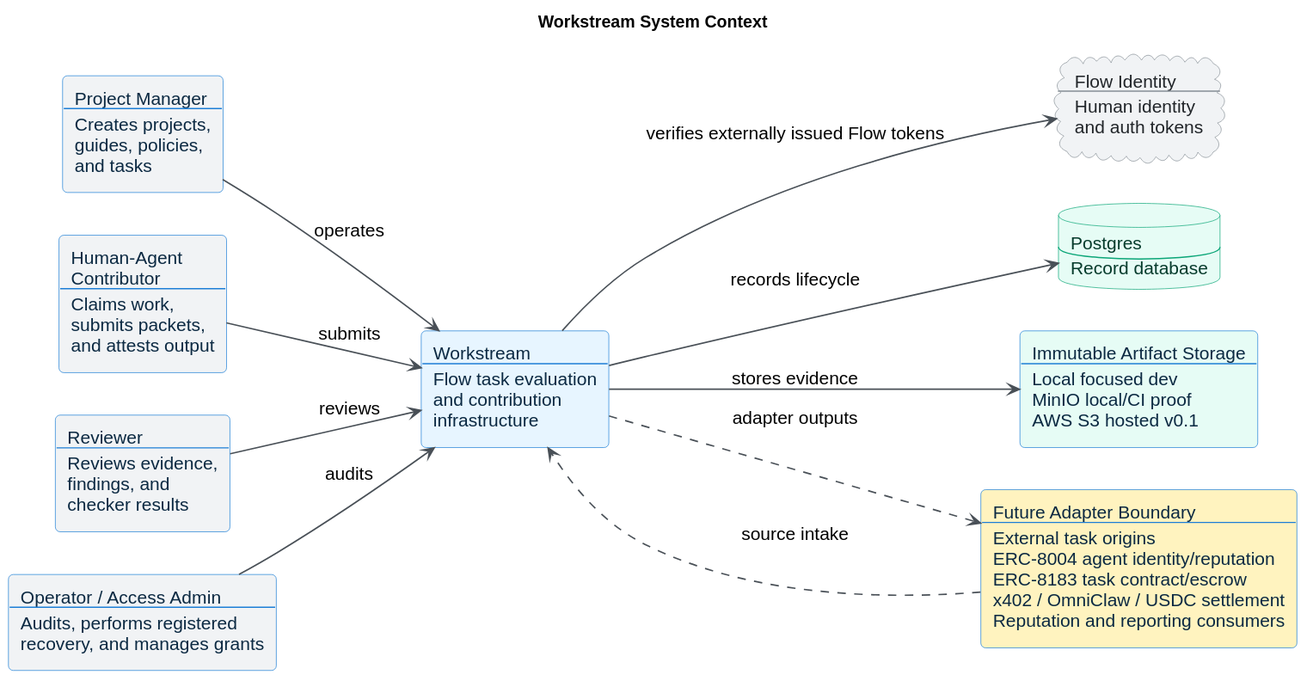
Earlier version of the PlantUML export docs/diagrams/rendered/workstream_context.svg (jorshimayor/workstream).
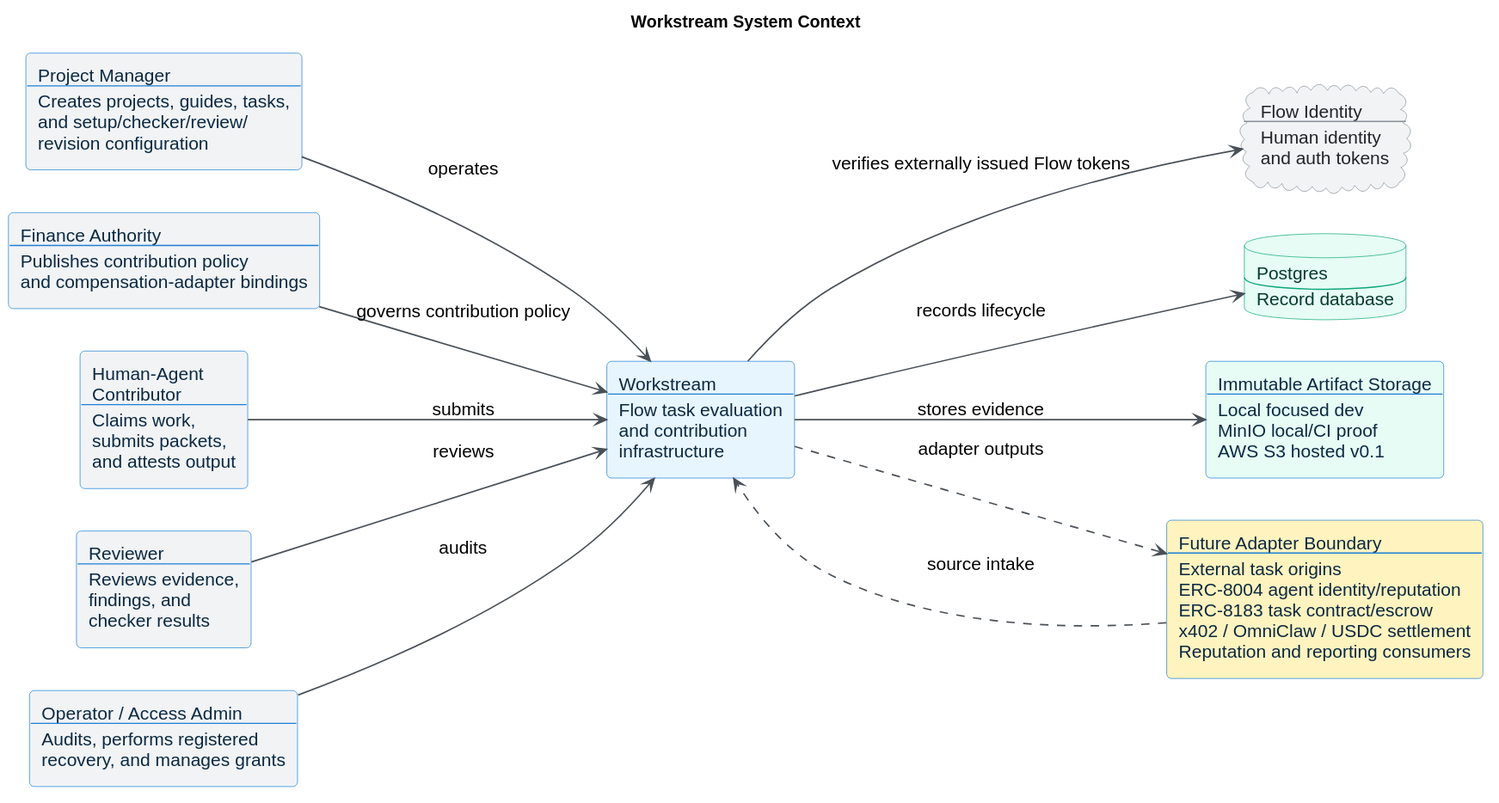
Later version of the same file.

Commit message:
Separate contribution policy authority

Diff of the diagram source:
```diff
@@ -27,7 +27,8 @@
   FontColor #212529
 }
 
-rectangle "Project Manager\n----\nCreates projects,\nguides, policies,\nand tasks" as project_manager #F1F3F5
+rectangle "Project Manager\n----\nCreates projects, guides, tasks,\nand setup/checker/review/\nrevision configuration" as project_manager #F1F3F5
+rectangle "Finance Authority\n----\nPublishes contribution policy\nand compensation-adapter bindings" as finance_authority #F1F3F5
 rectangle "Human-Agent\nContributor\n----\nClaims work,\nsubmits packets,\nand attests output" as contributor #F1F3F5
 rectangle "Reviewer\n----\nReviews evidence,\nfindings, and\nchecker results" as reviewer #F1F3F5
 rectangle "Operator / Access Admin\n----\nAudits, performs registered\nrecovery, and manages grants" as operator #F1F3F5
@@ -41,6 +42,7 @@
 rectangle "Future Adapter Boundary\n----\nExternal task origins\nERC-8004 agent identity/reputation\nERC-8183 task contract/escrow\nx402 / OmniClaw / USDC settlement\nReputation and reporting consumers" as future_boundary #FFF3BF
 
 project_manager --> workstream : operates
+finance_authority --> workstream : governs contribution policy
 contributor --> workstream : submits
 reviewer --> workstream : reviews
 operator --> workstream : audits
```
